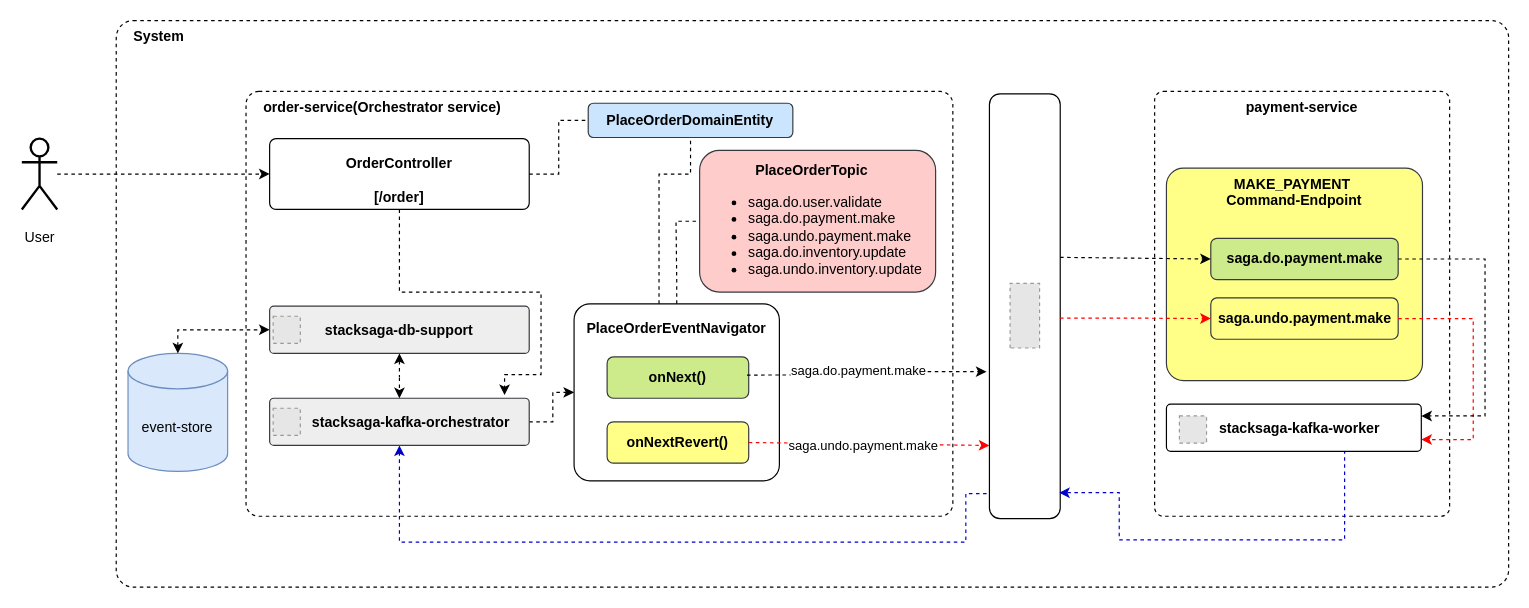
Before: page "stage-1-minimal-architecture-overview" (7 of 18) of resources/stacksaga-kafka-engine.drawio in stacksaga/stacksaga-docs, a draw.io diagram. Source tidied: cells renumbered, new cells numbered last; positions are measured from the earlier drawing's top-left corner, leaving out a move shared by most shapes. Both pictures are drawn from the tidied source at 118%, with x=0, y=0 at pixel (21, 20). Pictures stored in the file or linked from it are replaced by grey dashed boxes.
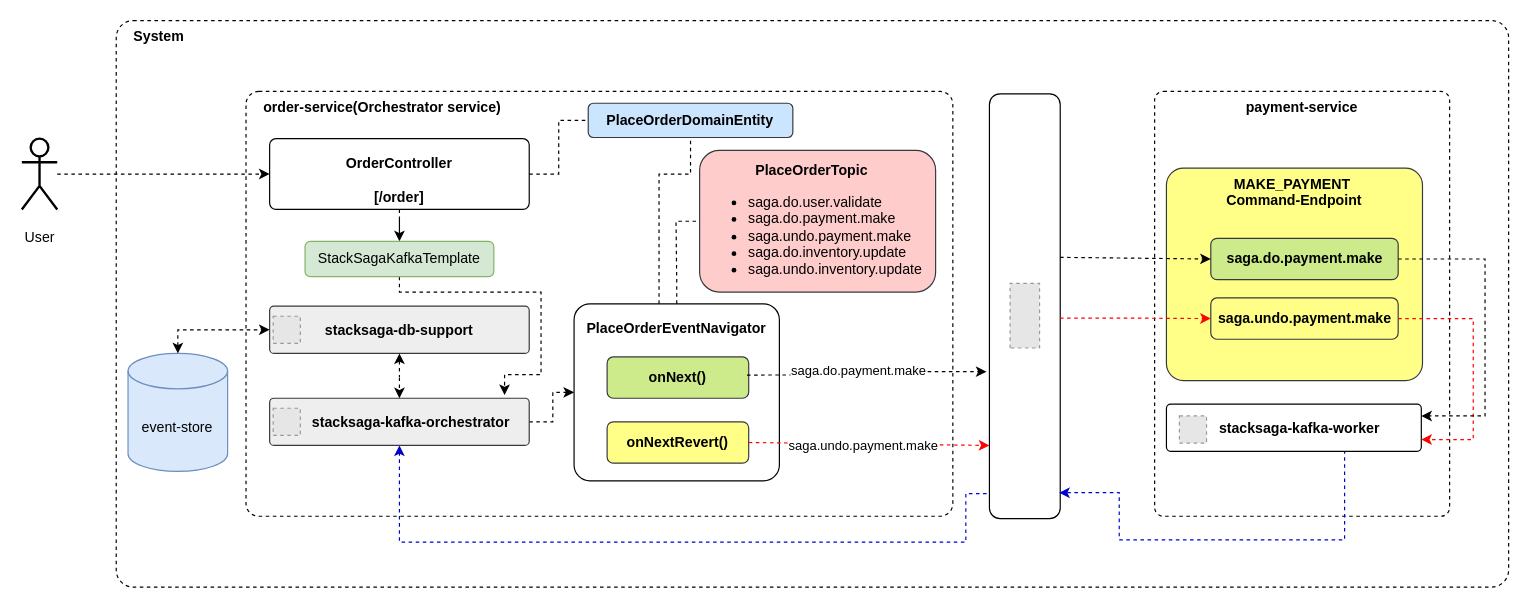
The same diagram, later.

Unchanged cells that the change refers to:
```xml
<mxCell id="28" value="&lt;div&gt;&lt;b&gt;&amp;nbsp; &amp;nbsp; &amp;nbsp; stacksaga-kafka-orchestrator&lt;/b&gt;&lt;/div&gt;" style="rounded=1;whiteSpace=wrap;html=1;verticalAlign=top;spacingTop=7;arcSize=9;fillColor=#eeeeee;strokeColor=#36393d;" parent="1" vertex="1">
  <mxGeometry x="210" y="320" width="220" height="40" as="geometry" />
</mxCell>
<mxCell id="38" value="&lt;div&gt;&lt;b&gt;OrderController&lt;/b&gt;&lt;/div&gt;&lt;div&gt;&lt;b&gt;&lt;br&gt;&lt;/b&gt;&lt;/div&gt;&lt;div&gt;&lt;b&gt;[/order]&lt;/b&gt;&lt;/div&gt;" style="rounded=1;whiteSpace=wrap;html=1;verticalAlign=top;spacingTop=7;arcSize=9;" parent="1" vertex="1">
  <mxGeometry x="210" y="100" width="220" height="60" as="geometry" />
</mxCell>
```

Diff of the diagram source:
```diff
@@
-    <mxCell id="37" style="edgeStyle=orthogonalEdgeStyle;rounded=0;jettySize=auto;html=1;fontFamily=Helvetica;fontSize=12;fontColor=default;dashed=1;entryX=0.905;entryY=-0.068;entryDx=0;entryDy=0;entryPerimeter=0;" parent="1" edge="1" source="38" target="28">
+    <mxCell id="37" style="edgeStyle=orthogonalEdgeStyle;rounded=0;jettySize=auto;html=1;fontFamily=Helvetica;fontSize=12;fontColor=default;dashed=1;entryX=0.905;entryY=-0.068;entryDx=0;entryDy=0;entryPerimeter=0;" parent="1" edge="1" source="43" target="28">
       <mxGeometry relative="1" as="geometry">
         <Array as="points">
           <mxPoint x="320" y="230" />
           <mxPoint x="440" y="230" />
           <mxPoint x="440" y="300" />
           <mxPoint x="409" y="300" />
         </Array>
       </mxGeometry>
     </mxCell>
@@
+    <mxCell id="42" style="edgeStyle=orthogonalEdgeStyle;rounded=0;jettySize=auto;html=1;fontFamily=Helvetica;fontSize=12;fontColor=default;dashed=1;entryX=0.5;entryY=0;entryDx=0;entryDy=0;" parent="1" edge="1" source="38" target="43">
+      <mxGeometry relative="1" as="geometry" />
+    </mxCell>
+    <mxCell id="43" value="StackSagaKafkaTemplate" style="rounded=1;whiteSpace=wrap;html=1;fillColor=#d5e8d4;strokeColor=#82b366;" parent="1" vertex="1">
+      <mxGeometry x="240" y="187" width="160" height="30" as="geometry" />
+    </mxCell>
```
